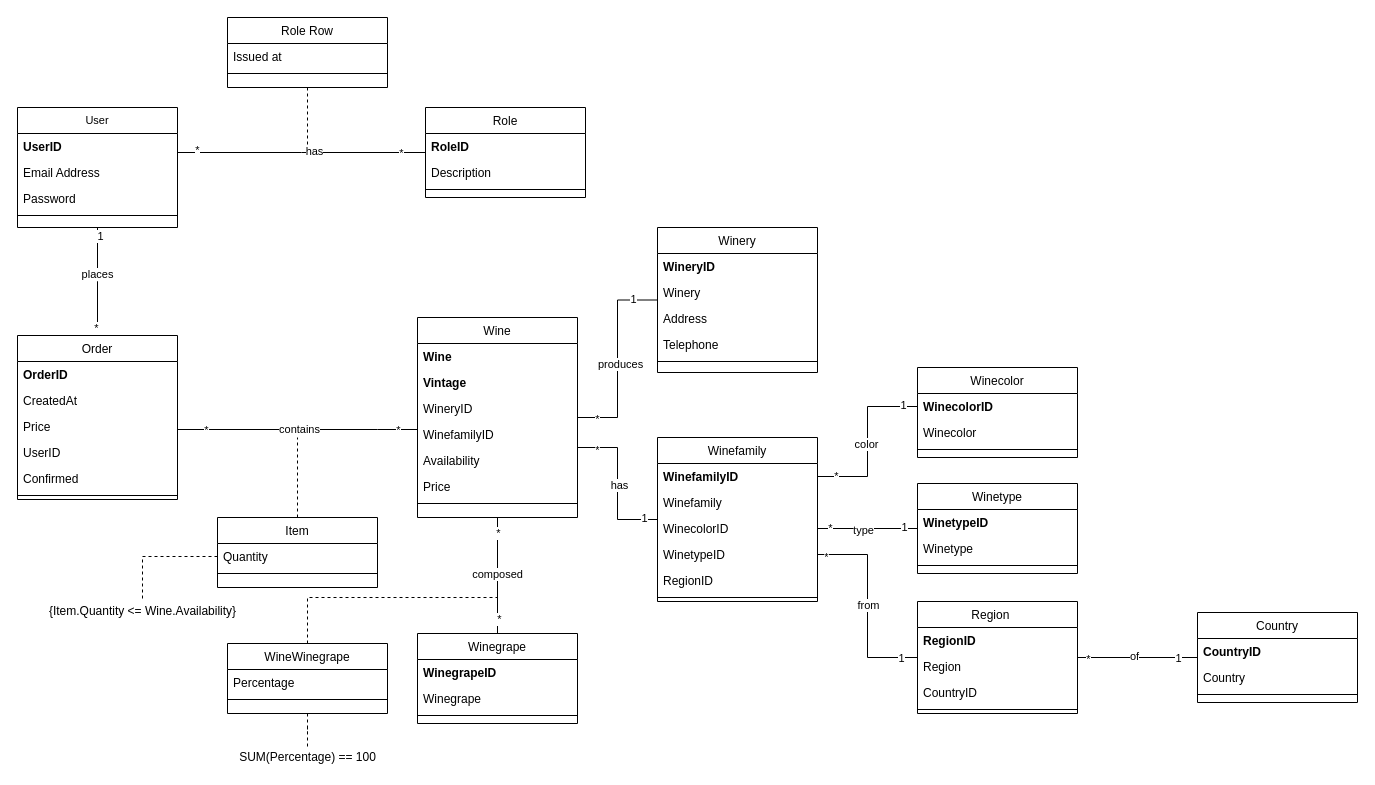
The draw.io diagram Docs/Requirements Analysis/Diagrams/Class Diagrams/Winer.ClassDiagram.drawio in Gprisco/winer-unisa, before the edit. Source tidied: cells renumbered, new cells numbered last; positions are measured from the earlier drawing's top-left corner, leaving out a move shared by most shapes. Both pictures are drawn from the tidied source at 100%, with x=0, y=0 at pixel (17, 17).
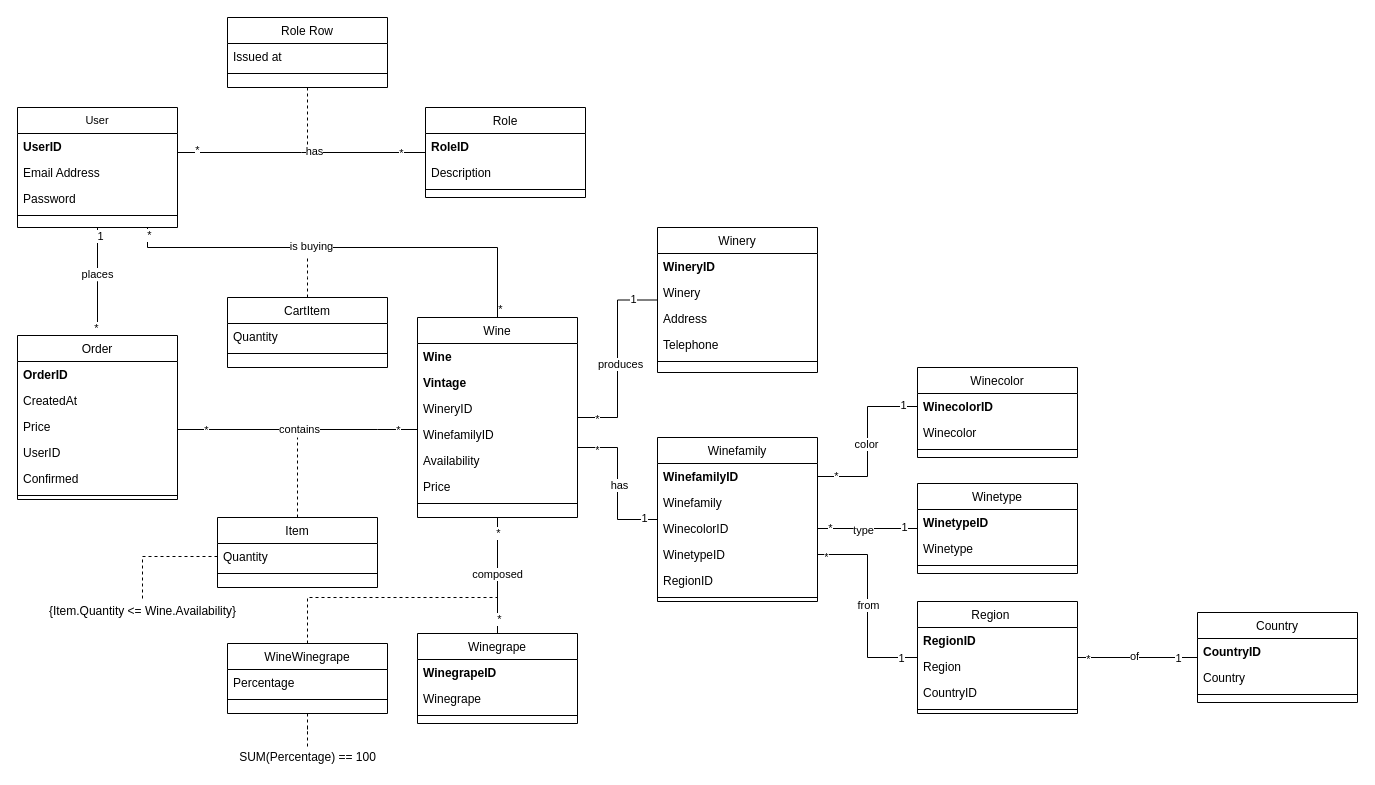
Above is the later version.

Commit message (it also covers changes not shown here):
Updated Class Diagram in Requirements Analysis

Unchanged cells that the change refers to:
```xml
<mxCell id="2" value="User" style="swimlane;fontStyle=0;align=center;verticalAlign=top;horizontal=1;startSize=26;rounded=0;shadow=0;strokeWidth=1;fontSize=11;" parent="1" vertex="1">
  <mxGeometry y="90" width="160" height="120" as="geometry" />
</mxCell>
<mxCell id="42" value="Wine" style="swimlane;fontStyle=0;align=center;verticalAlign=top;horizontal=1;startSize=26;rounded=0;shadow=0;strokeWidth=1;" parent="1" vertex="1">
  <mxGeometry x="400" y="300" width="160" height="200" as="geometry" />
</mxCell>
```

What changed in the source:
```diff
@@
+    <mxCell id="116" style="edgeStyle=orthogonalEdgeStyle;rounded=0;jettySize=auto;html=1;entryX=0.5;entryY=0;entryDx=0;entryDy=0;endArrow=none;endFill=0;" parent="1" edge="1" source="2" target="42">
+      <mxGeometry relative="1" as="geometry">
+        <Array as="points">
+          <mxPoint x="130" y="230" />
+          <mxPoint x="480" y="230" />
+        </Array>
+      </mxGeometry>
+    </mxCell>
+    <mxCell id="117" value="*" style="edgeLabel;html=1;align=center;verticalAlign=middle;" parent="116" vertex="1">
+      <mxGeometry x="-0.97" y="1" relative="1" as="geometry" />
+    </mxCell>
+    <mxCell id="118" value="is buying" style="edgeLabel;html=1;align=center;verticalAlign=middle;" parent="116" vertex="1">
+      <mxGeometry x="-0.17" y="2" relative="1" as="geometry" />
+    </mxCell>
+    <mxCell id="119" value="*" style="edgeLabel;html=1;align=center;verticalAlign=middle;" parent="116" vertex="1">
+      <mxGeometry x="0.96" y="2" relative="1" as="geometry" />
+    </mxCell>
@@
+    <mxCell id="120" style="edgeStyle=orthogonalEdgeStyle;rounded=0;jettySize=auto;html=1;endArrow=none;endFill=0;dashed=1;" parent="1" edge="1" source="121">
+      <mxGeometry relative="1" as="geometry">
+        <mxPoint x="290" y="240" as="targetPoint" />
+      </mxGeometry>
+    </mxCell>
+    <mxCell id="121" value="CartItem" style="swimlane;fontStyle=0;align=center;verticalAlign=top;horizontal=1;startSize=26;rounded=0;shadow=0;strokeWidth=1;" parent="1" vertex="1">
+      <mxGeometry x="210" y="280" width="160" height="70" as="geometry" />
+    </mxCell>
+    <mxCell id="122" value="Quantity" style="text;align=left;verticalAlign=top;spacingLeft=4;spacingRight=4;overflow=hidden;rounded=0;shadow=0;html=0;fontStyle=0;" parent="121" vertex="1">
+      <mxGeometry y="26" width="160" height="26" as="geometry" />
+    </mxCell>
+    <mxCell id="123" style="line;html=1;strokeWidth=1;align=left;verticalAlign=middle;spacingTop=-1;spacingLeft=3;spacingRight=3;labelPosition=right;" parent="121" vertex="1">
+      <mxGeometry y="52" width="160" height="8" as="geometry" />
+    </mxCell>
```
